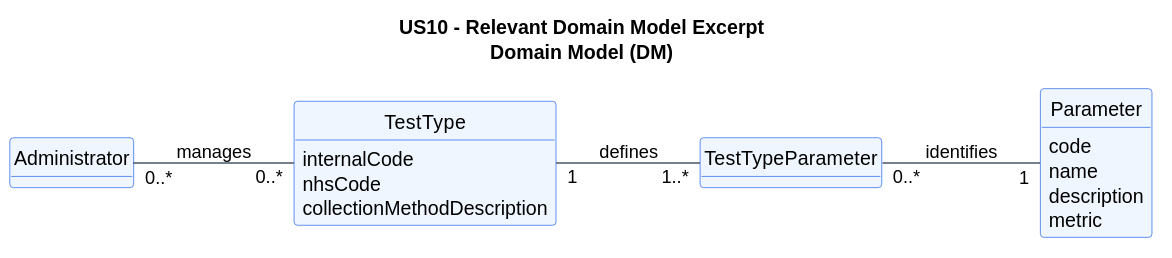
The PlantUML diagram docs/system-documentation/US10/svg/US10-DM.svg in jmaia574/leti-esoft-26-27-B6, before a commit. Source of this version:
```plantuml
@startuml
title US10 - Relevant Domain Model Excerpt\nDomain Model (DM)

left to right direction
hide methods
hide circle
skinparam classAttributeIconSize 0
skinparam backgroundColor #FFFFFF
skinparam shadowing false
skinparam classBorderColor #2563EB
skinparam classBackgroundColor #EFF6FF
skinparam ArrowColor #475569

class Administrator

class TestType {
    internalCode
    nhsCode
    collectionMethodDescription
}

class TestTypeParameter

class Parameter {
    code
    name
    description
    metric
}

Administrator "0..*" -- "0..*" TestType : manages
TestType "1" -- "1..*" TestTypeParameter : defines
TestTypeParameter "0..*" -- "1" Parameter : identifies
@enduml
```
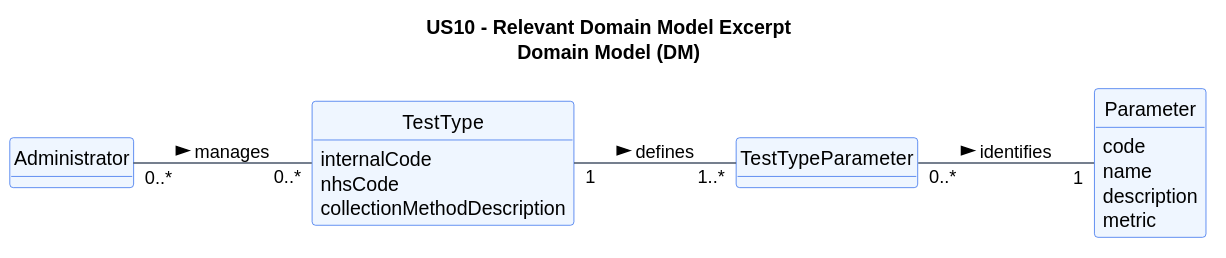
Later version of the same file.

What changed in the source:
```diff
@@ -28,7 +28,7 @@
     metric
 }
 
-Administrator "0..*" -- "0..*" TestType : manages
-TestType "1" -- "1..*" TestTypeParameter : defines
-TestTypeParameter "0..*" -- "1" Parameter : identifies
+Administrator "0..*" -- "0..*" TestType : manages >
+TestType "1" -- "1..*" TestTypeParameter : defines >
+TestTypeParameter "0..*" -- "1" Parameter : identifies >
 @enduml
```
